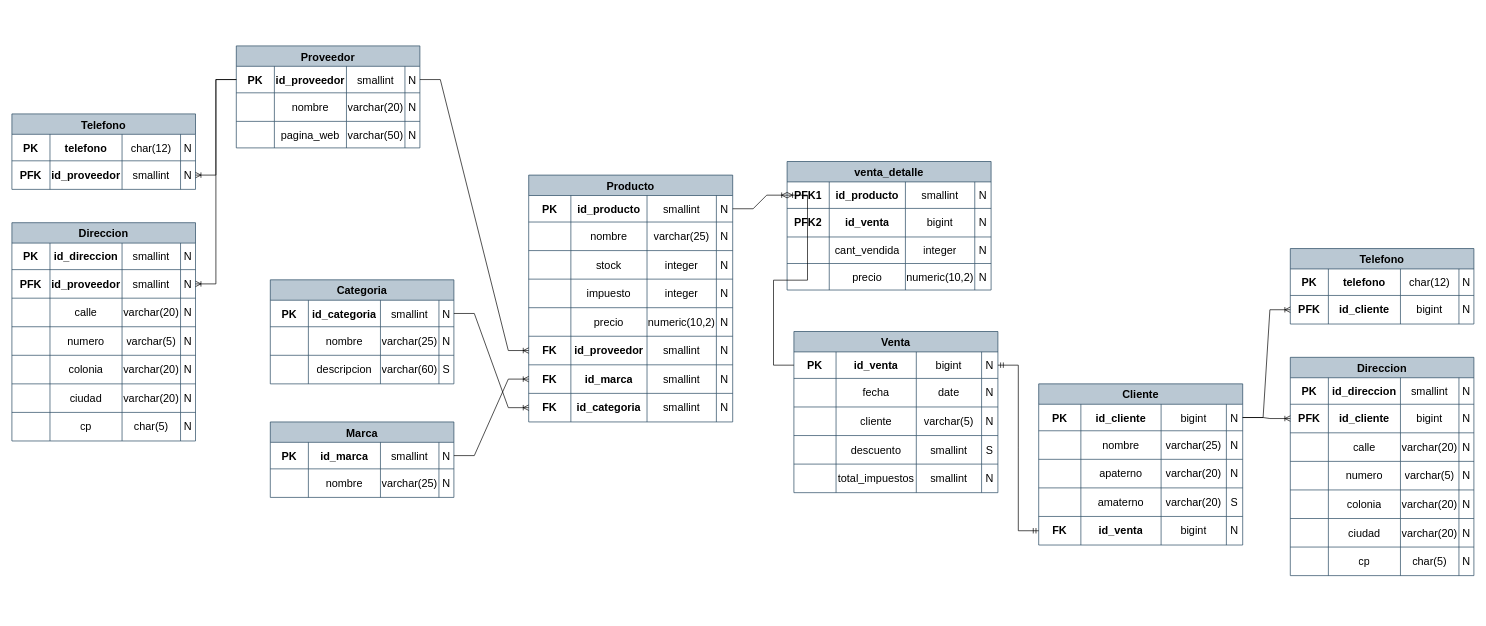
The draw.io diagram Modelo Relacional ventas.drawio in misiomishi/itcj, before the edit. Source tidied: cells renumbered, new cells numbered last; positions are measured from the earlier drawing's top-left corner, leaving out a move shared by most shapes. Both pictures are drawn from the tidied source at 68%, with x=0, y=0 at pixel (12, 46).
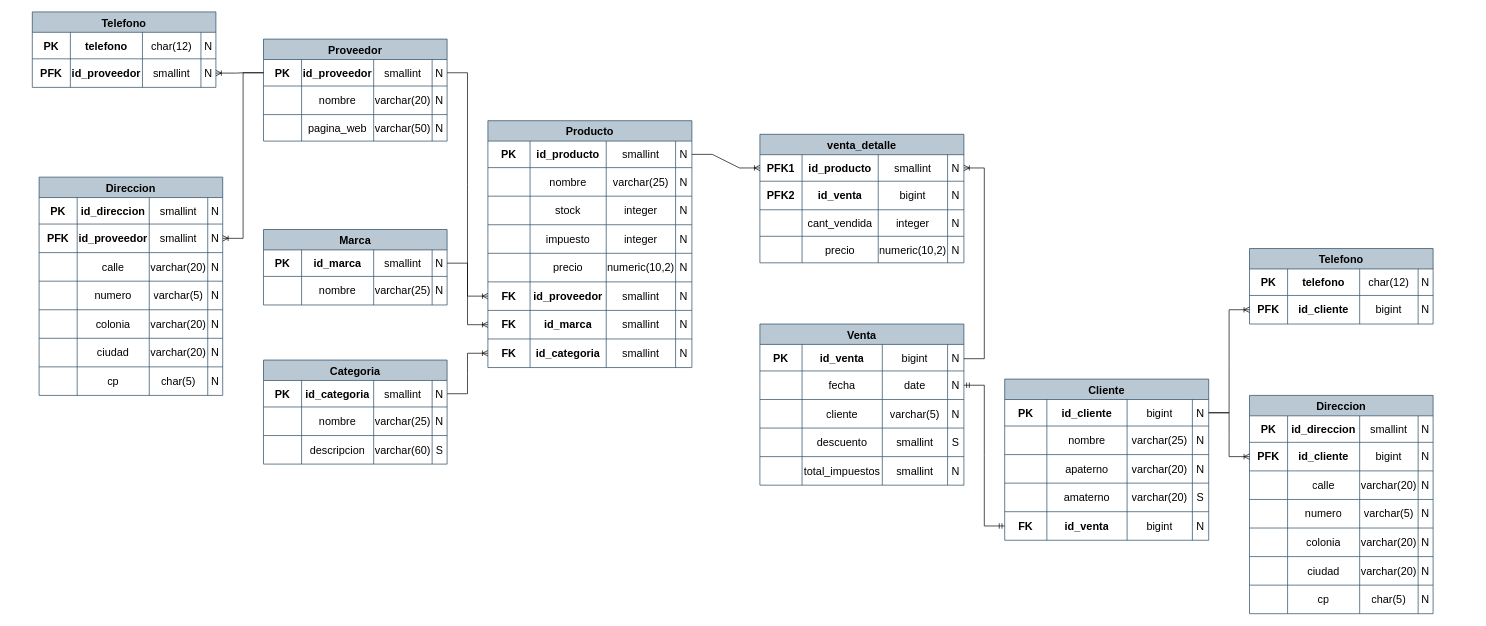
After the change.

The change refers to these unchanged cells:
```xml
<mxCell id="134" style="shape=tableRow;horizontal=0;startSize=0;swimlaneHead=0;swimlaneBody=0;strokeColor=inherit;top=0;left=0;bottom=0;right=0;fillColor=none;points=[[0,0.5],[1,0.5]];portConstraint=eastwest;fontSize=16;" parent="133" vertex="1">
  <mxGeometry y="30" width="300" height="39" as="geometry" />
</mxCell>
<mxCell id="155" style="shape=tableRow;horizontal=0;startSize=0;swimlaneHead=0;swimlaneBody=0;strokeColor=inherit;top=0;left=0;bottom=0;right=0;fillColor=none;points=[[0,0.5],[1,0.5]];portConstraint=eastwest;fontSize=16;" parent="154" vertex="1">
  <mxGeometry y="30" width="300" height="39" as="geometry" />
</mxCell>
<mxCell id="160" style="shape=tableRow;horizontal=0;startSize=0;swimlaneHead=0;swimlaneBody=0;strokeColor=inherit;top=0;left=0;bottom=0;right=0;fillColor=none;points=[[0,0.5],[1,0.5]];portConstraint=eastwest;fontSize=16;" parent="154" vertex="1">
  <mxGeometry y="69" width="300" height="42" as="geometry" />
</mxCell>
<mxCell id="201" style="shape=tableRow;horizontal=0;startSize=0;swimlaneHead=0;swimlaneBody=0;strokeColor=inherit;top=0;left=0;bottom=0;right=0;fillColor=none;points=[[0,0.5],[1,0.5]];portConstraint=eastwest;fontSize=16;" parent="180" vertex="1">
  <mxGeometry y="195" width="300" height="42" as="geometry" />
</mxCell>
```

The edit, as a diff of the source:
```diff
@@
     <mxCell id="2" value="Proveedor" style="shape=table;startSize=30;childLayout=tableLayout;strokeColor=#23445d;fontSize=16;fontStyle=1;fillColor=#bac8d3;" parent="1" vertex="1">
-      <mxGeometry x="330" width="270" height="150" as="geometry" />
+      <mxGeometry x="370" y="-10" width="270" height="150" as="geometry" />
     </mxCell>
@@
     <mxCell id="18" value="Telefono" style="shape=table;startSize=30;childLayout=tableLayout;strokeColor=#23445d;fontSize=16;fontStyle=1;fillColor=#bac8d3;" parent="1" vertex="1">
-      <mxGeometry y="100" width="270" height="111" as="geometry" />
+      <mxGeometry x="30" y="-50" width="270" height="111" as="geometry" />
     </mxCell>
@@
     <mxCell id="29" value="Direccion" style="shape=table;startSize=30;childLayout=tableLayout;strokeColor=#23445d;fontSize=16;fontStyle=1;fillColor=#bac8d3;" parent="1" vertex="1">
-      <mxGeometry y="260" width="270" height="321" as="geometry" />
+      <mxGeometry x="40" y="193" width="270" height="321" as="geometry" />
     </mxCell>
@@
     <mxCell id="65" value="Producto" style="shape=table;startSize=30;childLayout=tableLayout;strokeColor=#23445d;fontSize=16;fontStyle=1;fillColor=#bac8d3;" parent="1" vertex="1">
-      <mxGeometry x="760" y="190" width="300" height="363" as="geometry" />
+      <mxGeometry x="700" y="110" width="300" height="363" as="geometry" />
     </mxCell>
@@
     <mxCell id="106" value="Marca" style="shape=table;startSize=30;childLayout=tableLayout;strokeColor=#23445d;fontSize=16;fontStyle=1;fillColor=#bac8d3;" parent="1" vertex="1">
-      <mxGeometry x="380" y="553" width="270" height="111" as="geometry" />
+      <mxGeometry x="370" y="270" width="270" height="111" as="geometry" />
     </mxCell>
@@
     <mxCell id="117" value="Categoria" style="shape=table;startSize=30;childLayout=tableLayout;strokeColor=#23445d;fontSize=16;fontStyle=1;fillColor=#bac8d3;" parent="1" vertex="1">
-      <mxGeometry x="380" y="344" width="270" height="153" as="geometry" />
+      <mxGeometry x="370" y="462" width="270" height="153" as="geometry" />
     </mxCell>
@@
     <mxCell id="133" value="venta_detalle" style="shape=table;startSize=30;childLayout=tableLayout;strokeColor=#23445d;fontSize=16;fontStyle=1;fillColor=#bac8d3;" parent="1" vertex="1">
-      <mxGeometry x="1140" y="170" width="300" height="189" as="geometry" />
+      <mxGeometry x="1100" y="130" width="300" height="189" as="geometry" />
     </mxCell>
@@
     <mxCell id="154" value="Venta" style="shape=table;startSize=30;childLayout=tableLayout;strokeColor=#23445d;fontSize=16;fontStyle=1;fillColor=#bac8d3;" parent="1" vertex="1">
-      <mxGeometry x="1150" y="420" width="300" height="237" as="geometry" />
+      <mxGeometry x="1100" y="409" width="300" height="237" as="geometry" />
     </mxCell>
@@
     <mxCell id="180" value="Cliente" style="shape=table;startSize=30;childLayout=tableLayout;strokeColor=#23445d;fontSize=16;fontStyle=1;fillColor=#bac8d3;" parent="1" vertex="1">
-      <mxGeometry x="1510" y="497" width="300" height="237" as="geometry" />
+      <mxGeometry x="1460" y="490" width="300" height="237" as="geometry" />
     </mxCell>
@@
     <mxCell id="206" value="Telefono" style="shape=table;startSize=30;childLayout=tableLayout;strokeColor=#23445d;fontSize=16;fontStyle=1;fillColor=#bac8d3;" parent="1" vertex="1">
-      <mxGeometry x="1880" y="298" width="270" height="111" as="geometry" />
+      <mxGeometry x="1820" y="298" width="270" height="111" as="geometry" />
     </mxCell>
@@
     <mxCell id="217" value="Direccion" style="shape=table;startSize=30;childLayout=tableLayout;strokeColor=#23445d;fontSize=16;fontStyle=1;fillColor=#bac8d3;" parent="1" vertex="1">
-      <mxGeometry x="1880" y="458" width="270" height="321" as="geometry" />
+      <mxGeometry x="1820" y="514" width="270" height="321" as="geometry" />
     </mxCell>
@@
-    <mxCell id="259" style="edgeStyle=entityRelationEdgeStyle;fontSize=12;html=1;endArrow=ERoneToMany;rounded=0;entryX=0;entryY=0.5;entryDx=0;entryDy=0;exitX=0;exitY=0.5;exitDx=0;exitDy=0;" parent="1" edge="1" source="155" target="134">
-      <mxGeometry relative="1" as="geometry" />
+    <mxCell id="259" style="edgeStyle=entityRelationEdgeStyle;fontSize=12;html=1;endArrow=ERoneToMany;rounded=0;entryX=1;entryY=0.5;entryDx=0;entryDy=0;" parent="1" edge="1" target="134">
+      <mxGeometry relative="1" as="geometry">
+        <mxPoint x="1400" y="460" as="sourcePoint" />
+      </mxGeometry>
     </mxCell>
@@
-    <mxCell id="262" style="edgeStyle=entityRelationEdgeStyle;fontSize=12;html=1;endArrow=ERmandOne;startArrow=ERmandOne;rounded=0;exitX=1;exitY=0.5;exitDx=0;exitDy=0;entryX=0;entryY=0.5;entryDx=0;entryDy=0;" parent="1" edge="1" source="155" target="201">
+    <mxCell id="262" style="edgeStyle=entityRelationEdgeStyle;fontSize=12;html=1;endArrow=ERmandOne;startArrow=ERmandOne;rounded=0;exitX=1;exitY=0.5;exitDx=0;exitDy=0;entryX=0;entryY=0.5;entryDx=0;entryDy=0;" parent="1" edge="1" source="160" target="201">
       <mxGeometry relative="1" as="geometry" />
     </mxCell>
```
